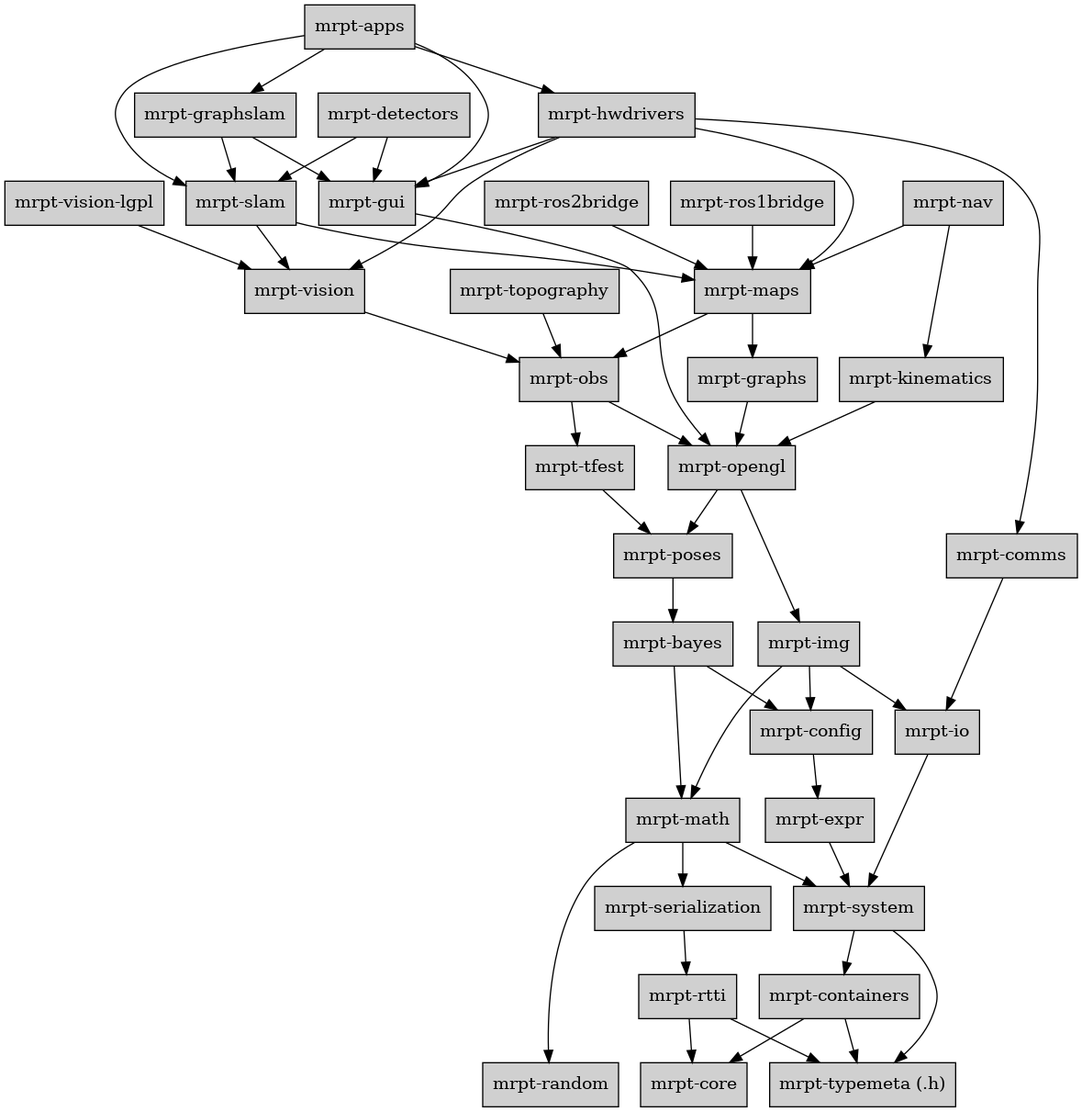
Earlier version of the Graphviz export doc/source/images/graph_mrpt_libs.png (MRPT/mrpt). Its source is kept beside it as doc/source/images/graph_mrpt_libs.dot.
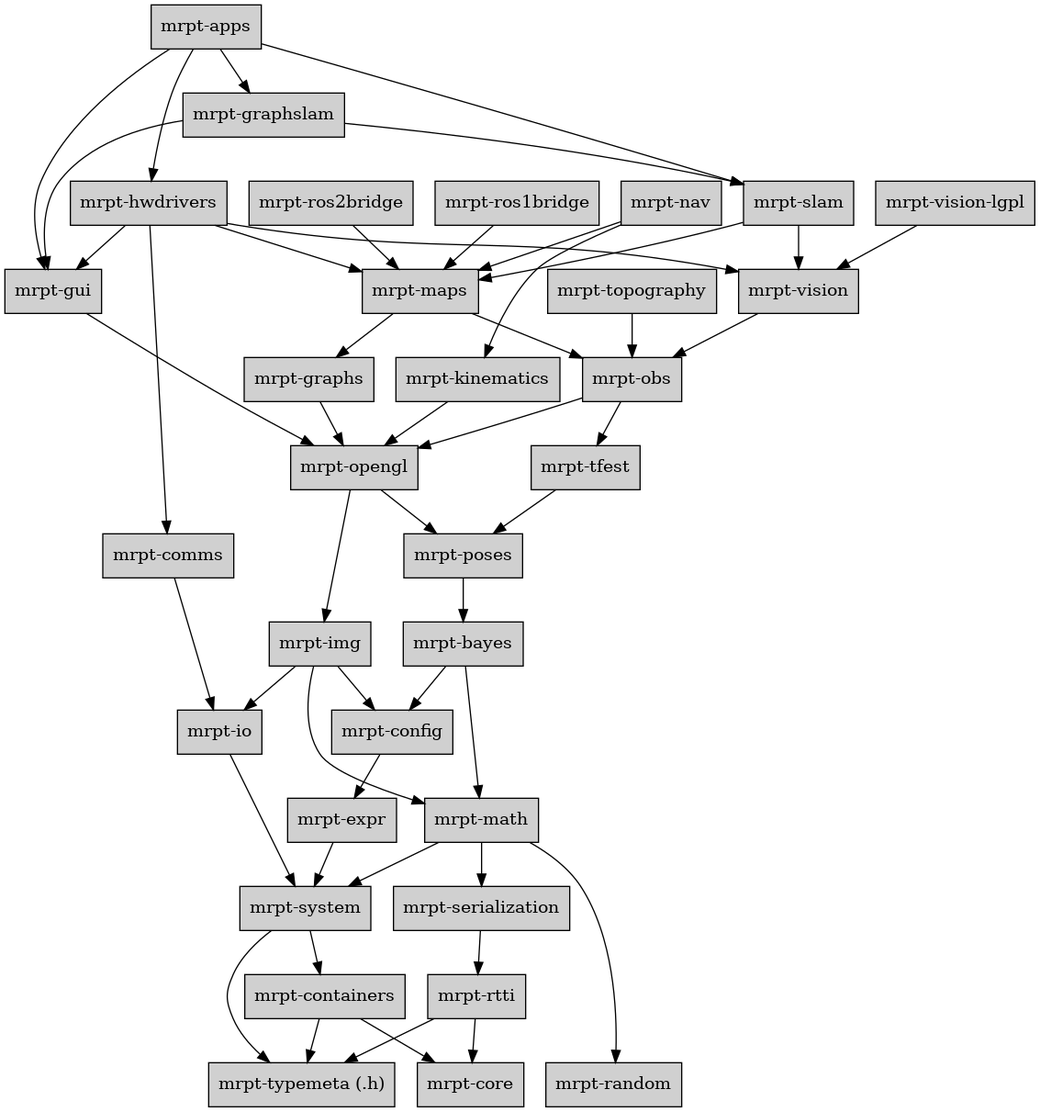
After the change.

Diff of the diagram source:
```diff
@@ -25,10 +25,6 @@
 	{ rank = sink;
 	core       [label="mrpt-core",URL="group_mrpt_core_grp.html"];
 	}
-
-	detectors  [label="mrpt-detectors",URL="group_mrpt_detectors_grp.html"];
-	detectors -> gui;
-	detectors -> slam;
 
 	expr       [label="mrpt-expr",URL="group_mrpt_expr_grp.html"];
 	expr -> system;
```
